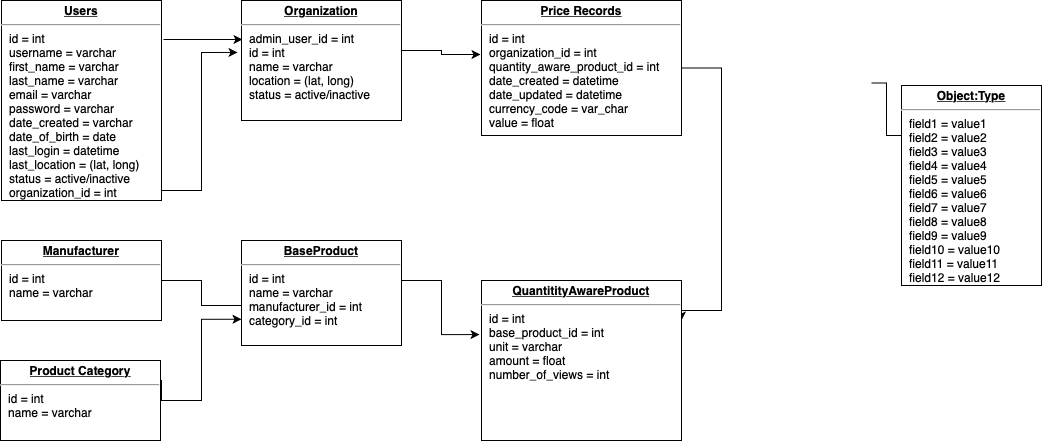
Before: src/Price Comparison DB Diagram.png, a diagram exported from draw.io (jerryshikanga/React-Test). Source tidied: cells renumbered, new cells last; positions are measured from the earlier drawing's top-left corner, leaving out a move shared by most shapes.
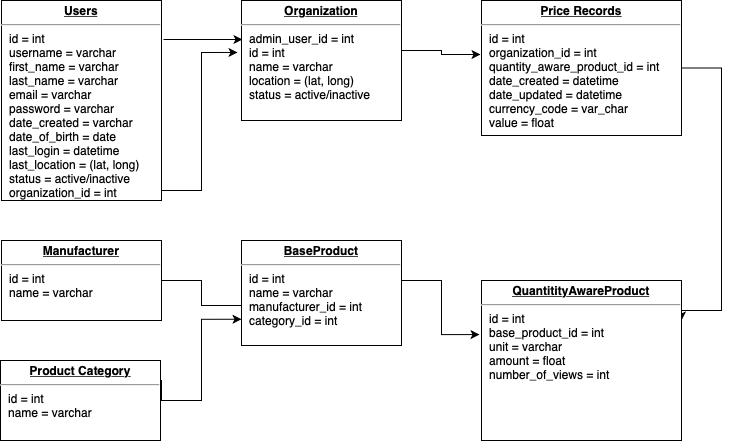
The same diagram one commit later.

Commit message:
Remove unused table Price Comparison DB Diagram.png

What changed in the source:
```diff
@@ -64,14 +64,6 @@
     <mxCell id="13" value="&lt;p style=&quot;margin: 0px ; margin-top: 4px ; text-align: center ; text-decoration: underline&quot;&gt;&lt;b&gt;QuantitityAwareProduct&lt;/b&gt;&lt;/p&gt;&lt;hr&gt;&lt;p style=&quot;margin: 0px ; margin-left: 8px&quot;&gt;id = int&lt;br&gt;base_product_id = int&lt;br&gt;unit = varchar&lt;/p&gt;&lt;p style=&quot;margin: 0px ; margin-left: 8px&quot;&gt;amount = float&lt;br&gt;&lt;/p&gt;&lt;p style=&quot;margin: 0px ; margin-left: 8px&quot;&gt;number_of_views = int&lt;/p&gt;" style="verticalAlign=top;align=left;overflow=fill;fontSize=12;fontFamily=Helvetica;html=1;rounded=0;shadow=0;comic=0;labelBackgroundColor=none;strokeWidth=1;" parent="1" vertex="1">
       <mxGeometry x="481" y="280" width="200" height="160" as="geometry" />
     </mxCell>
-    <mxCell id="14" style="edgeStyle=orthogonalEdgeStyle;rounded=0;html=1;exitX=1;exitY=0.75;entryX=0;entryY=0.25;labelBackgroundColor=none;endArrow=none;endFill=0;endSize=8;fontFamily=Verdana;fontSize=12;align=left;" parent="1" edge="1" target="15">
-      <mxGeometry relative="1" as="geometry">
-        <mxPoint x="871" y="82.5" as="sourcePoint" />
-      </mxGeometry>
-    </mxCell>
-    <mxCell id="15" value="&lt;p style=&quot;margin: 0px ; margin-top: 4px ; text-align: center ; text-decoration: underline&quot;&gt;&lt;b&gt;Object:Type&lt;/b&gt;&lt;/p&gt;&lt;hr&gt;&lt;p style=&quot;margin: 0px ; margin-left: 8px&quot;&gt;field1 = value1&lt;br&gt;field2 = value2&lt;br&gt;field3 = value3&lt;/p&gt;&lt;p style=&quot;margin: 0px ; margin-left: 8px&quot;&gt;field4 = value4&lt;br&gt;&lt;/p&gt;&lt;p style=&quot;margin: 0px ; margin-left: 8px&quot;&gt;field5 = value5&lt;br&gt;&lt;/p&gt;&lt;p style=&quot;margin: 0px ; margin-left: 8px&quot;&gt;field6 = value6&lt;br&gt;&lt;/p&gt;&lt;p style=&quot;margin: 0px ; margin-left: 8px&quot;&gt;field7 = value7&lt;br&gt;&lt;/p&gt;&lt;p style=&quot;margin: 0px ; margin-left: 8px&quot;&gt;field8 = value8&lt;br&gt;&lt;/p&gt;&lt;p style=&quot;margin: 0px ; margin-left: 8px&quot;&gt;field9 = value9&lt;br&gt;&lt;/p&gt;&lt;p style=&quot;margin: 0px ; margin-left: 8px&quot;&gt;field10 = value10&lt;br&gt;&lt;/p&gt;&lt;p style=&quot;margin: 0px ; margin-left: 8px&quot;&gt;field11 = value11&lt;br&gt;&lt;/p&gt;&lt;p style=&quot;margin: 0px ; margin-left: 8px&quot;&gt;field12 = value12&lt;/p&gt;" style="verticalAlign=top;align=left;overflow=fill;fontSize=12;fontFamily=Helvetica;html=1;rounded=0;shadow=0;comic=0;labelBackgroundColor=none;strokeWidth=1;" parent="1" vertex="1">
-      <mxGeometry x="901" y="85" width="140" height="200" as="geometry" />
-    </mxCell>
     <mxCell id="16" style="edgeStyle=orthogonalEdgeStyle;rounded=0;jettySize=auto;html=1;exitX=1;exitY=0.25;exitDx=0;exitDy=0;entryX=0;entryY=0.75;entryDx=0;entryDy=0;" parent="1" edge="1" source="17" target="10">
       <mxGeometry relative="1" as="geometry">
         <Array as="points">
```
